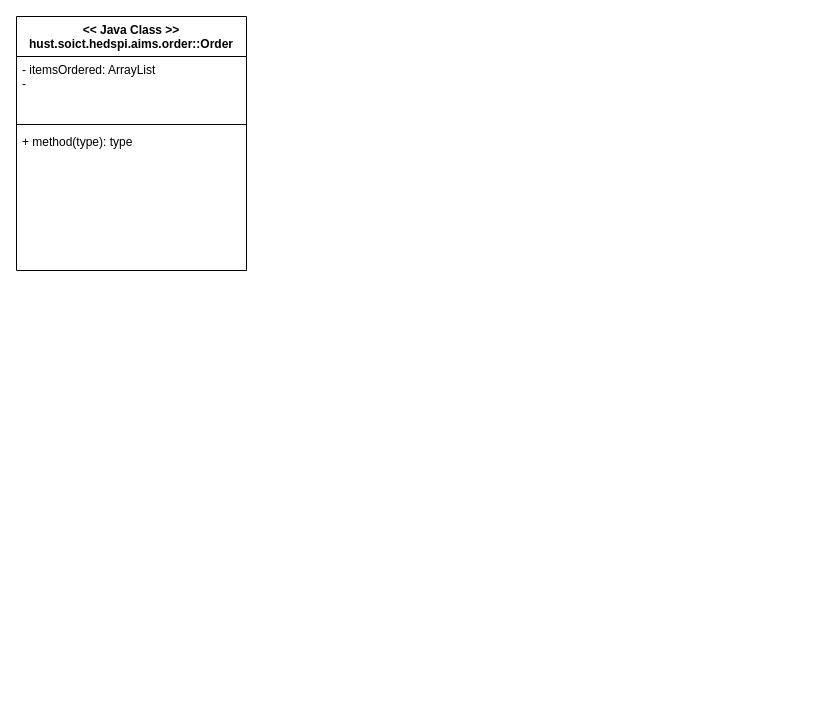
The draw.io diagram Untitled Diagram.drawio in Z-techIT/Aims, before the edit. Source tidied: cells renumbered, new cells numbered last; positions are measured from the earlier drawing's top-left corner, leaving out a move shared by most shapes. Both pictures are drawn from the tidied source at 100%, with x=0, y=0 at pixel (16, 16).
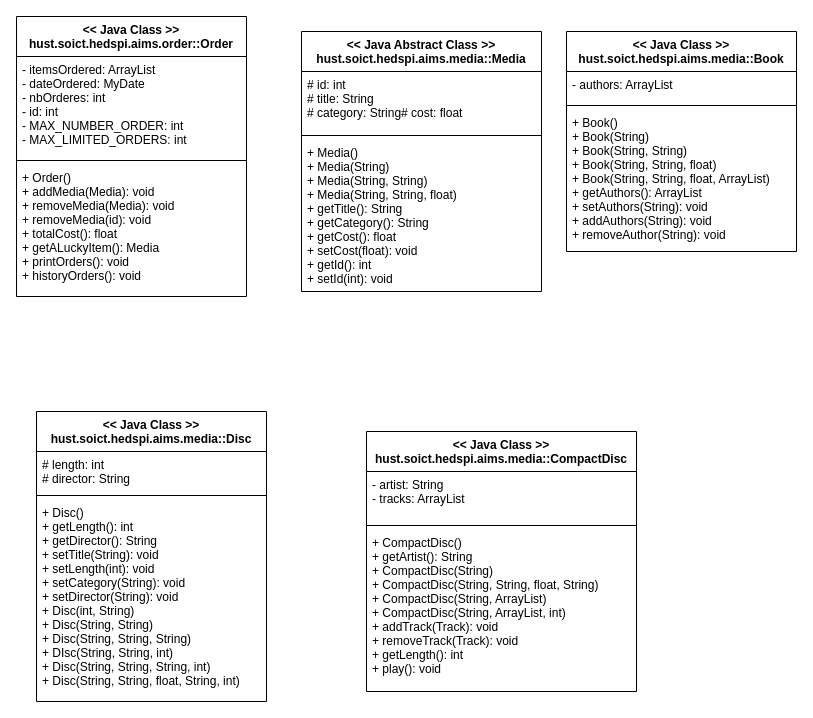
The same page after the edit.

Commit message:
Lab 07 UML

Change to the diagram source:
```diff
@@
     <mxCell id="2" value="&lt;&lt; Java Class &gt;&gt;&#10;hust.soict.hedspi.aims.order::Order" style="swimlane;fontStyle=1;align=center;verticalAlign=top;horizontal=1;startSize=40;" parent="1" vertex="1">
-      <mxGeometry width="230" height="254" as="geometry" />
+      <mxGeometry width="230" height="280" as="geometry" />
     </mxCell>
-    <mxCell id="3" value="- itemsOrdered: ArrayList&#10;- &#10;" style="text;strokeColor=none;fillColor=none;align=left;verticalAlign=top;spacingLeft=4;spacingRight=4;overflow=hidden;" parent="2" vertex="1">
-      <mxGeometry y="40" width="230" height="64" as="geometry" />
+    <mxCell id="3" value="- itemsOrdered: ArrayList&#10;- dateOrdered: MyDate&#10;- nbOrderes: int&#10;- id: int&#10;- MAX_NUMBER_ORDER: int&#10;- MAX_LIMITED_ORDERS: int &#10;&#10;" style="text;strokeColor=none;fillColor=none;align=left;verticalAlign=top;spacingLeft=4;spacingRight=4;overflow=hidden;" parent="2" vertex="1">
+      <mxGeometry y="40" width="230" height="100" as="geometry" />
     </mxCell>
     <mxCell id="4" style="line;strokeWidth=1;fillColor=none;align=left;verticalAlign=middle;spacingTop=-1;spacingLeft=3;spacingRight=3;labelPosition=right;" parent="2" vertex="1">
-      <mxGeometry y="104" width="230" height="8" as="geometry" />
+      <mxGeometry y="140" width="230" height="8" as="geometry" />
     </mxCell>
-    <mxCell id="5" value="+ method(type): type" style="text;strokeColor=none;fillColor=none;align=left;verticalAlign=top;spacingLeft=4;spacingRight=4;overflow=hidden;" parent="2" vertex="1">
-      <mxGeometry y="112" width="230" height="142" as="geometry" />
+    <mxCell id="5" value="+ Order()&#10;+ addMedia(Media): void&#10;+ removeMedia(Media): void &#10;+ removeMedia(id): void &#10;+ totalCost(): float&#10;+ getALuckyItem(): Media&#10;+ printOrders(): void &#10;+ historyOrders(): void &#10;&#10;" style="text;strokeColor=none;fillColor=none;align=left;verticalAlign=top;spacingLeft=4;spacingRight=4;overflow=hidden;" parent="2" vertex="1">
+      <mxGeometry y="148" width="230" height="132" as="geometry" />
     </mxCell>
+    <mxCell id="6" value="&lt;&lt; Java Class &gt;&gt;&#10;hust.soict.hedspi.aims.media::Book" style="swimlane;fontStyle=1;align=center;verticalAlign=top;horizontal=1;startSize=40;" parent="1" vertex="1">
+      <mxGeometry x="550" y="15" width="230" height="220" as="geometry" />
+    </mxCell>
+    <mxCell id="7" value="- authors: ArrayList" style="text;strokeColor=none;fillColor=none;align=left;verticalAlign=top;spacingLeft=4;spacingRight=4;overflow=hidden;" parent="6" vertex="1">
+      <mxGeometry y="40" width="230" height="30" as="geometry" />
+    </mxCell>
+    <mxCell id="8" style="line;strokeWidth=1;fillColor=none;align=left;verticalAlign=middle;spacingTop=-1;spacingLeft=3;spacingRight=3;labelPosition=right;" parent="6" vertex="1">
+      <mxGeometry y="70" width="230" height="8" as="geometry" />
+    </mxCell>
+    <mxCell id="9" value="+ Book()&#10;+ Book(String)&#10;+ Book(String, String)&#10;+ Book(String, String, float)&#10;+ Book(String, String, float, ArrayList)&#10;+ getAuthors(): ArrayList&#10;+ setAuthors(String): void &#10;+ addAuthors(String): void&#10;+ removeAuthor(String): void&#10;" style="text;strokeColor=none;fillColor=none;align=left;verticalAlign=top;spacingLeft=4;spacingRight=4;overflow=hidden;" parent="6" vertex="1">
+      <mxGeometry y="78" width="230" height="142" as="geometry" />
+    </mxCell>
+    <mxCell id="10" value="&lt;&lt; Java Abstract Class &gt;&gt;&#10;hust.soict.hedspi.aims.media::Media" style="swimlane;fontStyle=1;align=center;verticalAlign=top;horizontal=1;startSize=40;" parent="1" vertex="1">
+      <mxGeometry x="285" y="15" width="240" height="260" as="geometry" />
+    </mxCell>
+    <mxCell id="11" value="# id: int&#10;# title: String&#10;# category: String# cost: float&#10;" style="text;strokeColor=none;fillColor=none;align=left;verticalAlign=top;spacingLeft=4;spacingRight=4;overflow=hidden;" parent="10" vertex="1">
+      <mxGeometry y="40" width="240" height="60" as="geometry" />
+    </mxCell>
+    <mxCell id="12" style="line;strokeWidth=1;fillColor=none;align=left;verticalAlign=middle;spacingTop=-1;spacingLeft=3;spacingRight=3;labelPosition=right;" parent="10" vertex="1">
+      <mxGeometry y="100" width="240" height="8" as="geometry" />
+    </mxCell>
+    <mxCell id="13" value="+ Media()&#10;+ Media(String)&#10;+ Media(String, String)&#10;+ Media(String, String, float)&#10;+ getTitle(): String&#10;+ getCategory(): String&#10;+ getCost(): float&#10;+ setCost(float): void&#10;+ getId(): int&#10;+ setId(int): void&#10;&#10;" style="text;strokeColor=none;fillColor=none;align=left;verticalAlign=top;spacingLeft=4;spacingRight=4;overflow=hidden;" parent="10" vertex="1">
+      <mxGeometry y="108" width="240" height="152" as="geometry" />
+    </mxCell>
+    <mxCell id="14" value="&lt;&lt; Java Class &gt;&gt;&#10;hust.soict.hedspi.aims.media::Disc" style="swimlane;fontStyle=1;align=center;verticalAlign=top;horizontal=1;startSize=40;" parent="1" vertex="1">
+      <mxGeometry x="20" y="395" width="230" height="290" as="geometry" />
+    </mxCell>
+    <mxCell id="15" value="# length: int&#10;# director: String&#10;" style="text;strokeColor=none;fillColor=none;align=left;verticalAlign=top;spacingLeft=4;spacingRight=4;overflow=hidden;" parent="14" vertex="1">
+      <mxGeometry y="40" width="230" height="40" as="geometry" />
+    </mxCell>
+    <mxCell id="16" style="line;strokeWidth=1;fillColor=none;align=left;verticalAlign=middle;spacingTop=-1;spacingLeft=3;spacingRight=3;labelPosition=right;" parent="14" vertex="1">
+      <mxGeometry y="80" width="230" height="8" as="geometry" />
+    </mxCell>
+    <mxCell id="17" value="+ Disc()&#10;+ getLength(): int&#10;+ getDirector(): String&#10;+ setTitle(String): void&#10;+ setLength(int): void&#10;+ setCategory(String): void&#10;+ setDirector(String): void&#10;+ Disc(int, String)&#10;+ Disc(String, String)&#10;+ Disc(String, String, String)&#10;+ DIsc(String, String, int)&#10;+ Disc(String, String, String, int)&#10;+ Disc(String, String, float, String, int)&#10;" style="text;strokeColor=none;fillColor=none;align=left;verticalAlign=top;spacingLeft=4;spacingRight=4;overflow=hidden;" parent="14" vertex="1">
+      <mxGeometry y="88" width="230" height="202" as="geometry" />
+    </mxCell>
+    <mxCell id="18" value="&lt;&lt; Java Class &gt;&gt;&#10;hust.soict.hedspi.aims.media::CompactDisc" style="swimlane;fontStyle=1;align=center;verticalAlign=top;horizontal=1;startSize=40;" parent="1" vertex="1">
+      <mxGeometry x="350" y="415" width="270" height="260" as="geometry" />
+    </mxCell>
+    <mxCell id="19" value="- artist: String&#10;- tracks: ArrayList&#10;" style="text;strokeColor=none;fillColor=none;align=left;verticalAlign=top;spacingLeft=4;spacingRight=4;overflow=hidden;" parent="18" vertex="1">
+      <mxGeometry y="40" width="270" height="50" as="geometry" />
+    </mxCell>
+    <mxCell id="20" style="line;strokeWidth=1;fillColor=none;align=left;verticalAlign=middle;spacingTop=-1;spacingLeft=3;spacingRight=3;labelPosition=right;" parent="18" vertex="1">
+      <mxGeometry y="90" width="270" height="8" as="geometry" />
+    </mxCell>
+    <mxCell id="21" value="+ CompactDisc()&#10;+ getArtist(): String&#10;+ CompactDisc(String)&#10;+ CompactDisc(String, String, float, String)&#10;+ CompactDisc(String, ArrayList)&#10;+ CompactDisc(String, ArrayList, int)&#10;+ addTrack(Track): void&#10;+ removeTrack(Track): void &#10;+ getLength(): int&#10;+ play(): void &#10;" style="text;strokeColor=none;fillColor=none;align=left;verticalAlign=top;spacingLeft=4;spacingRight=4;overflow=hidden;" parent="18" vertex="1">
+      <mxGeometry y="98" width="270" height="162" as="geometry" />
+    </mxCell>
```
